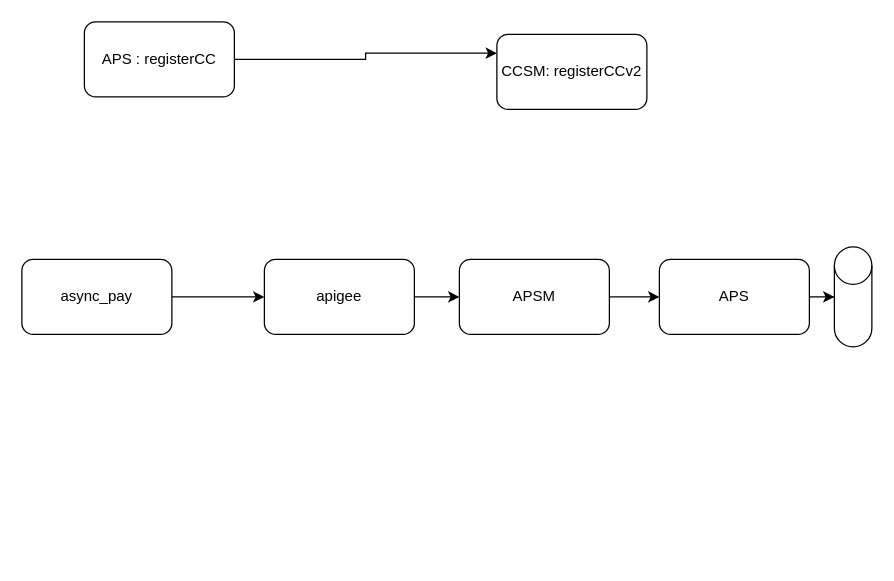
omargit1/Diagrams keeps this draw.io diagram as page "Page-11" (11 of 11) of Untitled Diagram.drawio. Above is the earlier version. Source tidied: cells renumbered, new cells numbered last; positions are measured from the earlier drawing's top-left corner, leaving out a move shared by most shapes. Both pictures are drawn from the tidied source at 125%, with x=0, y=0 at pixel (21, 21).
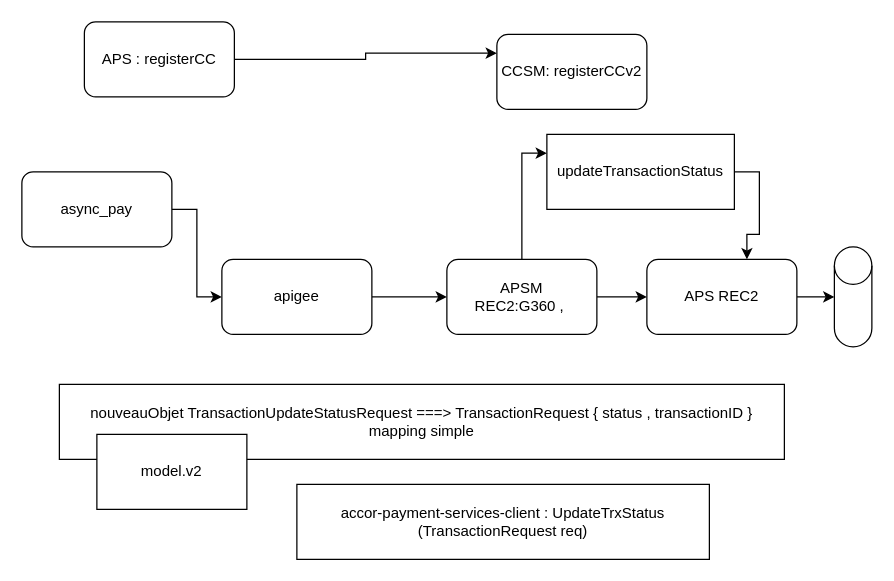
Above is the later version.

What changed in the source:
```diff
@@
 <mxGraphModel>
   <root>
     <mxCell id="0" />
     <mxCell id="1" parent="0" />
     <mxCell id="2" style="edgeStyle=orthogonalEdgeStyle;rounded=0;jettySize=auto;html=1;exitX=1;exitY=0.5;exitDx=0;exitDy=0;entryX=0;entryY=0.25;entryDx=0;entryDy=0;" parent="1" edge="1" source="3" target="4">
       <mxGeometry relative="1" as="geometry" />
     </mxCell>
     <mxCell id="3" value="APS : registerCC" style="rounded=1;whiteSpace=wrap;html=1;" parent="1" vertex="1">
       <mxGeometry x="50" width="120" height="60" as="geometry" />
     </mxCell>
     <mxCell id="4" value="CCSM: registerCCv2" style="rounded=1;whiteSpace=wrap;html=1;" parent="1" vertex="1">
       <mxGeometry x="380" y="10" width="120" height="60" as="geometry" />
     </mxCell>
     <mxCell id="5" style="edgeStyle=orthogonalEdgeStyle;rounded=0;jettySize=auto;html=1;exitX=1;exitY=0.5;exitDx=0;exitDy=0;entryX=0;entryY=0.5;entryDx=0;entryDy=0;" parent="1" edge="1" source="6" target="8">
       <mxGeometry relative="1" as="geometry" />
     </mxCell>
     <mxCell id="6" value="async_pay" style="rounded=1;whiteSpace=wrap;html=1;" parent="1" vertex="1">
-      <mxGeometry y="190" width="120" height="60" as="geometry" />
+      <mxGeometry y="120" width="120" height="60" as="geometry" />
     </mxCell>
     <mxCell id="7" style="edgeStyle=orthogonalEdgeStyle;rounded=0;jettySize=auto;html=1;exitX=1;exitY=0.5;exitDx=0;exitDy=0;entryX=0;entryY=0.5;entryDx=0;entryDy=0;" parent="1" edge="1" source="8" target="10">
       <mxGeometry relative="1" as="geometry" />
     </mxCell>
     <mxCell id="8" value="apigee" style="rounded=1;whiteSpace=wrap;html=1;" parent="1" vertex="1">
-      <mxGeometry x="194" y="190" width="120" height="60" as="geometry" />
+      <mxGeometry x="160" y="190" width="120" height="60" as="geometry" />
     </mxCell>
     <mxCell id="9" style="edgeStyle=orthogonalEdgeStyle;rounded=0;jettySize=auto;html=1;exitX=1;exitY=0.5;exitDx=0;exitDy=0;" parent="1" edge="1" source="10" target="12">
       <mxGeometry relative="1" as="geometry" />
     </mxCell>
+    <mxCell id="14" style="edgeStyle=orthogonalEdgeStyle;rounded=0;jettySize=auto;html=1;exitX=0.5;exitY=0;exitDx=0;exitDy=0;entryX=0;entryY=0.25;entryDx=0;entryDy=0;" parent="1" edge="1" source="10" target="17">
+      <mxGeometry relative="1" as="geometry" />
+    </mxCell>
-    <mxCell id="10" value="APSM" style="rounded=1;whiteSpace=wrap;html=1;" parent="1" vertex="1">
-      <mxGeometry x="350" y="190" width="120" height="60" as="geometry" />
+    <mxCell id="10" value="APSM &lt;br&gt;REC2:G360 ,&amp;nbsp;" style="rounded=1;whiteSpace=wrap;html=1;" parent="1" vertex="1">
+      <mxGeometry x="340" y="190" width="120" height="60" as="geometry" />
     </mxCell>
     <mxCell id="11" style="edgeStyle=orthogonalEdgeStyle;rounded=0;jettySize=auto;html=1;exitX=1;exitY=0.5;exitDx=0;exitDy=0;" parent="1" edge="1" source="12" target="13">
       <mxGeometry relative="1" as="geometry" />
     </mxCell>
-    <mxCell id="12" value="APS" style="rounded=1;whiteSpace=wrap;html=1;" parent="1" vertex="1">
-      <mxGeometry x="510" y="190" width="120" height="60" as="geometry" />
+    <mxCell id="12" value="APS REC2" style="rounded=1;whiteSpace=wrap;html=1;" parent="1" vertex="1">
+      <mxGeometry x="500" y="190" width="120" height="60" as="geometry" />
     </mxCell>
     <mxCell id="13" style="shape=cylinder3;whiteSpace=wrap;html=1;boundedLbl=1;backgroundOutline=1;size=15;" parent="1" vertex="1">
       <mxGeometry x="650" y="180" width="30" height="80" as="geometry" />
     </mxCell>
+    <mxCell id="15" value="nouveauObjet TransactionUpdateStatusRequest ===&amp;gt; TransactionRequest { status , transactionID }&lt;br&gt;mapping simple" style="rounded=0;whiteSpace=wrap;html=1;" parent="1" vertex="1">
+      <mxGeometry x="30" y="290" width="580" height="60" as="geometry" />
+    </mxCell>
+    <mxCell id="16" style="edgeStyle=orthogonalEdgeStyle;rounded=0;jettySize=auto;html=1;exitX=1;exitY=0.5;exitDx=0;exitDy=0;entryX=0.667;entryY=0;entryDx=0;entryDy=0;entryPerimeter=0;" parent="1" edge="1" source="17" target="12">
+      <mxGeometry relative="1" as="geometry" />
+    </mxCell>
+    <mxCell id="17" value="updateTransactionStatus" style="rounded=0;whiteSpace=wrap;html=1;" parent="1" vertex="1">
+      <mxGeometry x="420" y="90" width="150" height="60" as="geometry" />
+    </mxCell>
+    <mxCell id="18" value="accor-payment-services-client : UpdateTrxStatus (TransactionRequest req)" style="rounded=0;whiteSpace=wrap;html=1;" parent="1" vertex="1">
+      <mxGeometry x="220" y="370" width="330" height="60" as="geometry" />
+    </mxCell>
+    <mxCell id="19" value="model.v2" style="rounded=0;whiteSpace=wrap;html=1;" parent="1" vertex="1">
+      <mxGeometry x="60" y="330" width="120" height="60" as="geometry" />
+    </mxCell>
   </root>
 </mxGraphModel>
```
